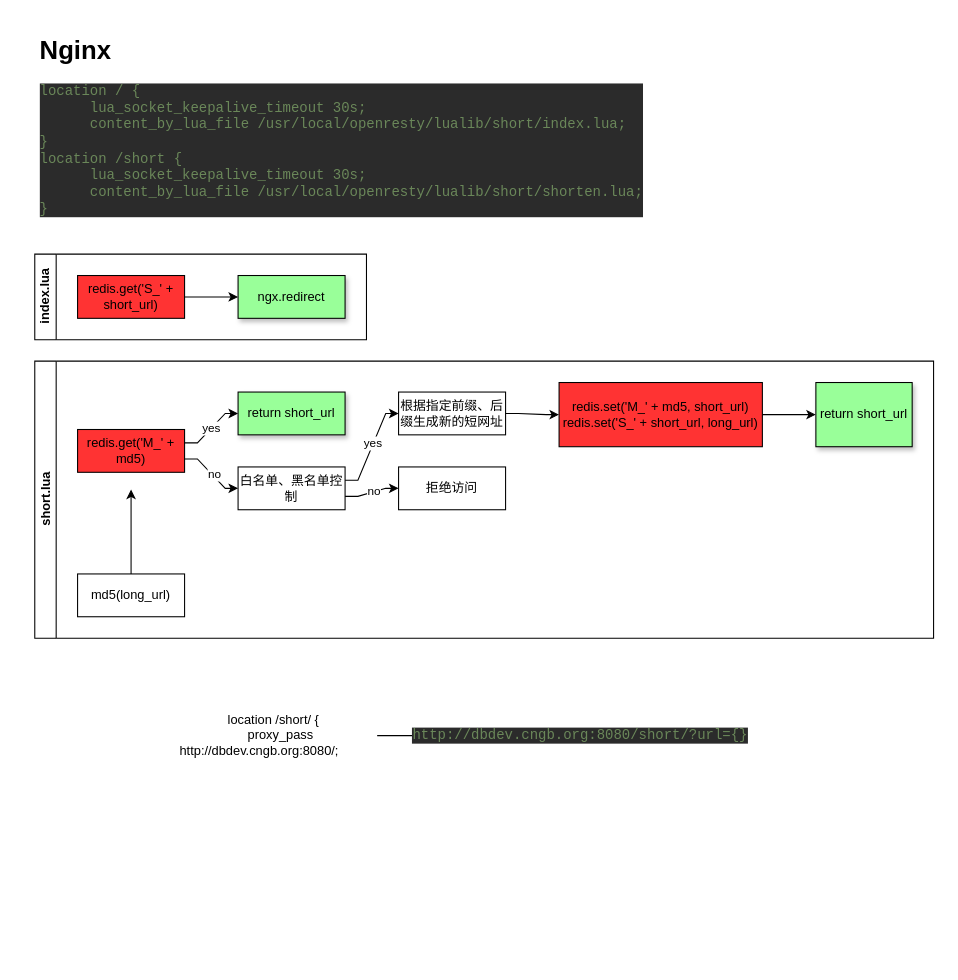
Earlier version of the draw.io diagram page "Page-3" (3 of 3) of Untitled Diagram.drawio (horizon365/LiveWithPython). Source tidied: cells renumbered, new cells numbered last; positions are measured from the earlier drawing's top-left corner, leaving out a move shared by most shapes. Both pictures are drawn from the tidied source at 107%, with x=0, y=0 at pixel (34, 29).
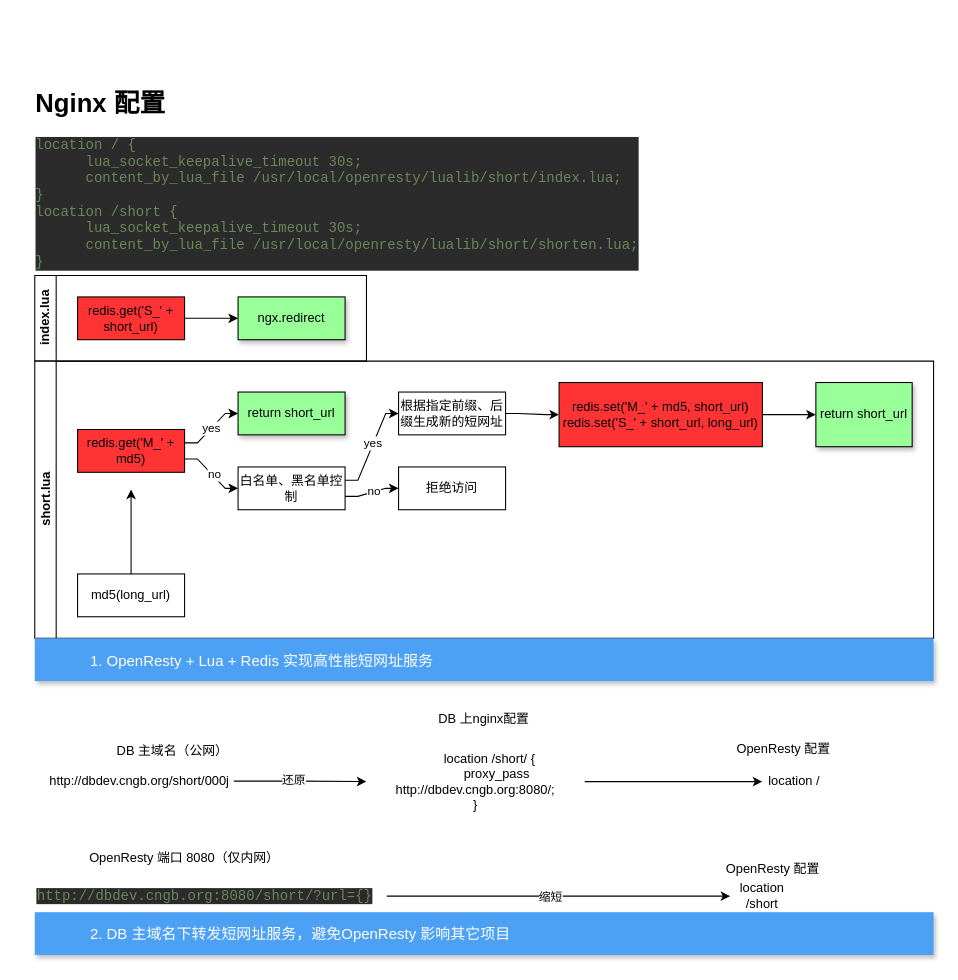
After the change.

Change to the diagram source:
```diff
@@
-    <mxCell id="2" value="&lt;h1&gt;Nginx&lt;br&gt;&lt;/h1&gt;&lt;pre style=&quot;background-color:#2b2b2b;color:#a9b7c6;font-family:'JetBrains Mono',monospace;font-size:9.8pt;&quot;&gt;&lt;span style=&quot;color:#6a8759;&quot;&gt;location / {&lt;br&gt;&lt;/span&gt;&lt;span style=&quot;color:#6a8759;&quot;&gt;      lua_socket_keepalive_timeout 30s;&lt;br&gt;&lt;/span&gt;&lt;span style=&quot;color:#6a8759;&quot;&gt;      content_by_lua_file /usr/local/openresty/lualib/short/index.lua;&lt;br&gt;&lt;/span&gt;&lt;span style=&quot;color:#6a8759;&quot;&gt;}&lt;br&gt;&lt;/span&gt;&lt;span style=&quot;color:#6a8759;&quot;&gt;location /short {&lt;br&gt;&lt;/span&gt;&lt;span style=&quot;color:#6a8759;&quot;&gt;      lua_socket_keepalive_timeout 30s;&lt;br&gt;&lt;/span&gt;&lt;span style=&quot;color:#6a8759;&quot;&gt;      content_by_lua_file /usr/local/openresty/lualib/short/shorten.lua;&lt;br&gt;&lt;/span&gt;&lt;span style=&quot;color:#6a8759;&quot;&gt;}&lt;/span&gt;&lt;/pre&gt;&lt;p&gt;&lt;/p&gt;" style="text;html=1;strokeColor=none;fillColor=none;spacing=5;spacingTop=-20;whiteSpace=wrap;overflow=hidden;rounded=0;" parent="1" vertex="1">
-      <mxGeometry width="580" height="190" as="geometry" />
+    <mxCell id="2" value="&lt;h1&gt;Nginx 配置&lt;br&gt;&lt;/h1&gt;&lt;pre style=&quot;background-color:#2b2b2b;color:#a9b7c6;font-family:'JetBrains Mono',monospace;font-size:9.8pt;&quot;&gt;&lt;span style=&quot;color:#6a8759;&quot;&gt;location / {&lt;br&gt;&lt;/span&gt;&lt;span style=&quot;color:#6a8759;&quot;&gt;      lua_socket_keepalive_timeout 30s;&lt;br&gt;&lt;/span&gt;&lt;span style=&quot;color:#6a8759;&quot;&gt;      content_by_lua_file /usr/local/openresty/lualib/short/index.lua;&lt;br&gt;&lt;/span&gt;&lt;span style=&quot;color:#6a8759;&quot;&gt;}&lt;br&gt;&lt;/span&gt;&lt;span style=&quot;color:#6a8759;&quot;&gt;location /short {&lt;br&gt;&lt;/span&gt;&lt;span style=&quot;color:#6a8759;&quot;&gt;      lua_socket_keepalive_timeout 30s;&lt;br&gt;&lt;/span&gt;&lt;span style=&quot;color:#6a8759;&quot;&gt;      content_by_lua_file /usr/local/openresty/lualib/short/shorten.lua;&lt;br&gt;&lt;/span&gt;&lt;span style=&quot;color:#6a8759;&quot;&gt;}&lt;/span&gt;&lt;/pre&gt;&lt;p&gt;&lt;/p&gt;" style="text;html=1;strokeColor=none;fillColor=none;spacing=5;spacingTop=-20;whiteSpace=wrap;overflow=hidden;rounded=0;" parent="1" vertex="1">
+      <mxGeometry x="-4" y="50" width="580" height="190" as="geometry" />
     </mxCell>
     <mxCell id="3" value="&lt;div&gt;index.lua&lt;/div&gt;" style="swimlane;html=1;startSize=20;horizontal=0;flowOrientation=west;interRankCellSpacing=50;containerType=tree;" parent="1" vertex="1">
-      <mxGeometry y="210" width="310" height="80" as="geometry" />
+      <mxGeometry y="230" width="310" height="80" as="geometry" />
     </mxCell>
@@
-    <mxCell id="26" style="edgeStyle=orthogonalEdgeStyle;rounded=0;jettySize=auto;html=1;" parent="1" edge="1" source="27" target="28">
-      <mxGeometry relative="1" as="geometry" />
-    </mxCell>
+    <mxCell id="29" value="1. OpenResty + Lua + Redis 实现高性能短网址服务" style="fillColor=#4DA1F5;strokeColor=none;shadow=1;gradientColor=none;fontSize=14;align=left;spacingLeft=50;fontColor=#ffffff;" parent="1" vertex="1">
+      <mxGeometry y="569" width="840" height="40" as="geometry" />
+    </mxCell>
+    <mxCell id="30" value="2. DB 主域名下转发短网址服务，避免OpenResty 影响其它项目" style="fillColor=#4DA1F5;strokeColor=none;shadow=1;gradientColor=none;fontSize=14;align=left;spacingLeft=50;fontColor=#ffffff;" parent="1" vertex="1">
+      <mxGeometry y="825" width="840" height="40" as="geometry" />
+    </mxCell>
+    <mxCell id="31" style="edgeStyle=orthogonalEdgeStyle;rounded=0;jettySize=auto;html=1;" parent="1" edge="1" source="27" target="41">
+      <mxGeometry relative="1" as="geometry" />
+    </mxCell>
-    <mxCell id="27" value="&amp;nbsp;&amp;nbsp;&amp;nbsp;&amp;nbsp;&amp;nbsp;&amp;nbsp;&amp;nbsp; location /short/ {&lt;br&gt;&amp;nbsp;&amp;nbsp;&amp;nbsp;&amp;nbsp;&amp;nbsp;&amp;nbsp;&amp;nbsp;&amp;nbsp;&amp;nbsp;&amp;nbsp;&amp;nbsp; proxy_pass http://dbdev.cngb.org:8080/;" style="text;html=1;strokeColor=none;fillColor=none;align=center;verticalAlign=middle;whiteSpace=wrap;rounded=0;shadow=1;" parent="1" vertex="1">
-      <mxGeometry x="100" y="640" width="220" height="40" as="geometry" />
+    <mxCell id="27" value="&amp;nbsp;&amp;nbsp;&amp;nbsp;&amp;nbsp;&amp;nbsp;&amp;nbsp;&amp;nbsp; location /short/ {&lt;br&gt;&lt;div&gt;&amp;nbsp;&amp;nbsp;&amp;nbsp;&amp;nbsp;&amp;nbsp;&amp;nbsp;&amp;nbsp;&amp;nbsp;&amp;nbsp;&amp;nbsp;&amp;nbsp; proxy_pass http://dbdev.cngb.org:8080/;&lt;/div&gt;&lt;div&gt;}&lt;br&gt;&lt;/div&gt;" style="text;html=1;strokeColor=none;fillColor=none;align=center;verticalAlign=middle;whiteSpace=wrap;rounded=0;shadow=1;" parent="1" vertex="1">
+      <mxGeometry x="310" y="679.5" width="204" height="47" as="geometry" />
     </mxCell>
+    <mxCell id="32" style="edgeStyle=orthogonalEdgeStyle;rounded=0;jettySize=auto;html=1;" parent="1" edge="1" source="28" target="43">
+      <mxGeometry relative="1" as="geometry" />
+    </mxCell>
+    <mxCell id="33" value="缩短" style="edgeLabel;html=1;align=center;verticalAlign=middle;" parent="32" vertex="1">
+      <mxGeometry x="-0.05" relative="1" as="geometry" />
+    </mxCell>
     <mxCell id="28" value="&lt;pre style=&quot;background-color:#2b2b2b;color:#a9b7c6;font-family:'JetBrains Mono',monospace;font-size:9.8pt;&quot;&gt;&lt;span style=&quot;color:#6a8759;&quot;&gt;http://dbdev.cngb.org:8080/short/?url={}&lt;/span&gt;&lt;/pre&gt;" style="text;html=1;strokeColor=none;fillColor=none;align=center;verticalAlign=middle;whiteSpace=wrap;rounded=0;shadow=1;" parent="1" vertex="1">
-      <mxGeometry x="400" y="640" width="220" height="40" as="geometry" />
+      <mxGeometry x="-11" y="790" width="340" height="40" as="geometry" />
     </mxCell>
+    <mxCell id="34" style="edgeStyle=orthogonalEdgeStyle;rounded=0;jettySize=auto;html=1;" parent="1" edge="1" source="36" target="27">
+      <mxGeometry relative="1" as="geometry" />
+    </mxCell>
+    <mxCell id="35" value="还原" style="edgeLabel;html=1;align=center;verticalAlign=middle;" parent="34" vertex="1">
+      <mxGeometry x="-0.12" y="2" relative="1" as="geometry">
+        <mxPoint y="1" as="offset" />
+      </mxGeometry>
+    </mxCell>
+    <mxCell id="36" value="http://dbdev.cngb.org/short/000j" style="text;html=1;strokeColor=none;fillColor=none;align=center;verticalAlign=middle;whiteSpace=wrap;rounded=0;shadow=1;" parent="1" vertex="1">
+      <mxGeometry x="10" y="690" width="176" height="25" as="geometry" />
+    </mxCell>
+    <mxCell id="37" value="OpenResty 端口 8080（仅内网）" style="text;html=1;strokeColor=none;fillColor=none;align=center;verticalAlign=middle;whiteSpace=wrap;rounded=0;shadow=1;" parent="1" vertex="1">
+      <mxGeometry x="40" y="760" width="200" height="30" as="geometry" />
+    </mxCell>
+    <mxCell id="38" value="DB 主域名（公网）" style="text;html=1;strokeColor=none;fillColor=none;align=center;verticalAlign=middle;whiteSpace=wrap;rounded=0;shadow=1;" parent="1" vertex="1">
+      <mxGeometry x="68" y="660" width="122" height="30" as="geometry" />
+    </mxCell>
+    <mxCell id="39" value="DB 上nginx配置" style="text;html=1;strokeColor=none;fillColor=none;align=center;verticalAlign=middle;whiteSpace=wrap;rounded=0;shadow=1;" parent="1" vertex="1">
+      <mxGeometry x="370" y="630" width="100" height="30" as="geometry" />
+    </mxCell>
+    <mxCell id="40" value="OpenResty 配置" style="text;html=1;strokeColor=none;fillColor=none;align=center;verticalAlign=middle;whiteSpace=wrap;rounded=0;shadow=1;" parent="1" vertex="1">
+      <mxGeometry x="650" y="658" width="100" height="30" as="geometry" />
+    </mxCell>
+    <mxCell id="41" value="location /" style="text;html=1;strokeColor=none;fillColor=none;align=center;verticalAlign=middle;whiteSpace=wrap;rounded=0;shadow=1;" parent="1" vertex="1">
+      <mxGeometry x="680" y="688" width="60" height="30" as="geometry" />
+    </mxCell>
+    <mxCell id="42" value="OpenResty 配置" style="text;html=1;strokeColor=none;fillColor=none;align=center;verticalAlign=middle;whiteSpace=wrap;rounded=0;shadow=1;" parent="1" vertex="1">
+      <mxGeometry x="640" y="770" width="100" height="30" as="geometry" />
+    </mxCell>
+    <mxCell id="43" value="location /short" style="text;html=1;strokeColor=none;fillColor=none;align=center;verticalAlign=middle;whiteSpace=wrap;rounded=0;shadow=1;" parent="1" vertex="1">
+      <mxGeometry x="650" y="795" width="60" height="30" as="geometry" />
+    </mxCell>
```
